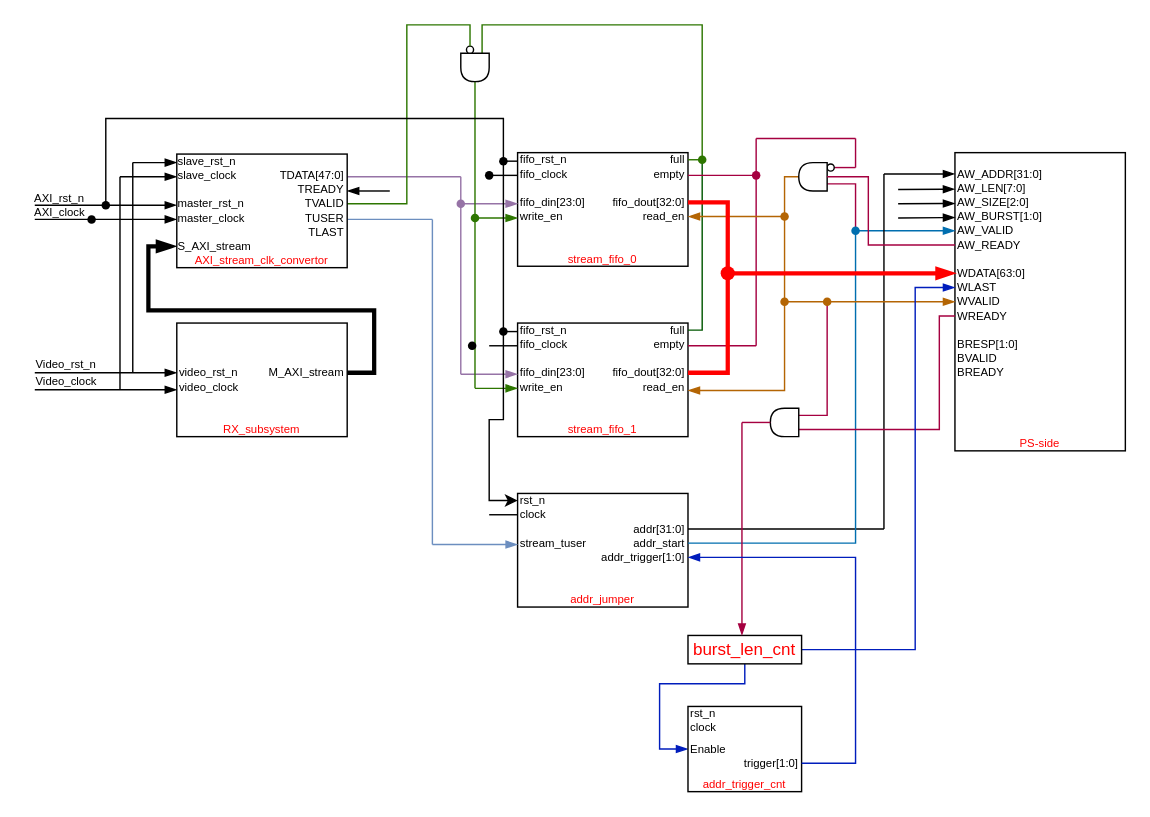
Above: Our_design/Our_design.drawio in YZchen3467/drawio (draw.io), before the change. Source tidied: cells renumbered, new cells numbered last; positions are measured from the earlier drawing's top-left corner, leaving out a move shared by most shapes. Both pictures are drawn from the tidied source at 142%, with x=0, y=0 at pixel (31, 24).
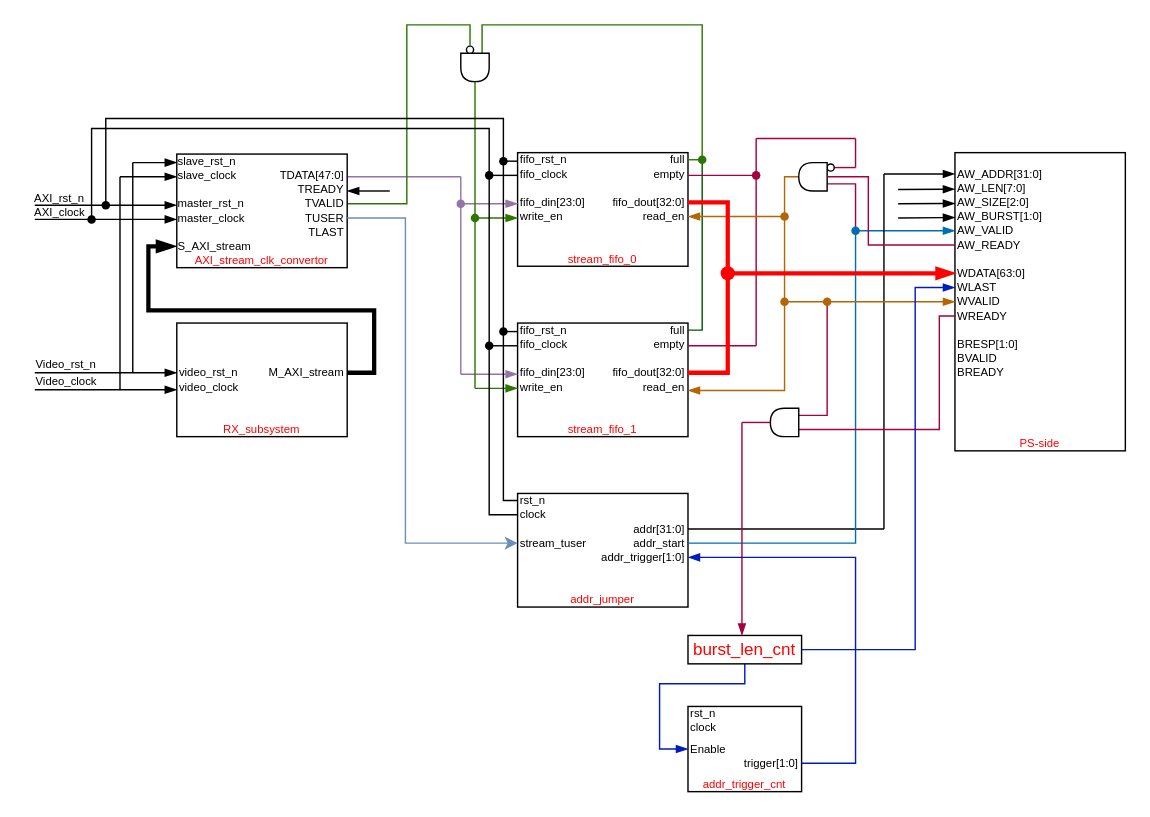
After the change.

Unchanged cells that the change refers to:
```xml
<mxCell id="15" value="&lt;font style=&quot;font-size: 8px;&quot;&gt;stream_tuser&lt;/font&gt;" style="text;html=1;strokeColor=none;fillColor=none;align=left;verticalAlign=middle;whiteSpace=wrap;rounded=0;strokeWidth=0;fontSize=8;horizontal=1;" parent="13" vertex="1">
  <mxGeometry y="30" width="60" height="10" as="geometry" />
</mxCell>
<mxCell id="16" value="clock" style="text;html=1;strokeColor=none;fillColor=none;align=left;verticalAlign=middle;whiteSpace=wrap;rounded=0;strokeWidth=0;fontSize=8;horizontal=1;" parent="13" vertex="1">
  <mxGeometry y="10" width="60" height="10" as="geometry" />
</mxCell>
<mxCell id="17" value="rst_n" style="text;html=1;strokeColor=none;fillColor=none;align=left;verticalAlign=middle;whiteSpace=wrap;rounded=0;strokeWidth=0;fontSize=8;horizontal=1;" parent="13" vertex="1">
  <mxGeometry width="60" height="10" as="geometry" />
</mxCell>
<mxCell id="69" style="shape=waypoint;sketch=0;fillStyle=solid;size=6;points=[];fillColor=none;perimeter=centerPerimeter;snapToPoint=1;" parent="1" vertex="1">
  <mxGeometry x="312" y="96" width="20" height="20" as="geometry" />
</mxCell>
<mxCell id="71" style="shape=waypoint;sketch=0;fillStyle=solid;size=6;points=[];fillColor=none;perimeter=centerPerimeter;snapToPoint=1;" parent="1" vertex="1">
  <mxGeometry x="322" y="206" width="20" height="20" as="geometry" />
</mxCell>
<mxCell id="153" value="&lt;font style=&quot;font-size: 8px;&quot;&gt;TUSER&lt;/font&gt;" style="text;html=1;strokeColor=none;fillColor=none;align=right;verticalAlign=middle;whiteSpace=wrap;rounded=0;strokeWidth=0;fontSize=8;horizontal=1;" parent="1" vertex="1">
  <mxGeometry x="162" y="131" width="60" height="10" as="geometry" />
</mxCell>
<mxCell id="162" style="shape=waypoint;sketch=0;fillStyle=solid;size=6;points=[];fillColor=none;perimeter=centerPerimeter;snapToPoint=1;" parent="1" vertex="1">
  <mxGeometry x="32" y="127" width="20" height="20" as="geometry" />
</mxCell>
```

Change to the diagram source:
```diff
@@
-    <mxCell id="51" style="endArrow=none;html=1;rounded=0;endFill=0;" parent="1" edge="1">
-      <mxGeometry relative="1" as="geometry">
-        <mxPoint x="342" y="345" as="sourcePoint" />
-        <mxPoint x="322" y="345" as="targetPoint" />
-      </mxGeometry>
-    </mxCell>
@@
-    <mxCell id="61" style="endArrow=none;html=1;rounded=0;endFill=0;fillColor=#dae8fc;strokeColor=#6c8ebf;" parent="1" edge="1">
-      <mxGeometry relative="1" as="geometry">
-        <mxPoint x="282" y="137" as="sourcePoint" />
-        <mxPoint x="222" y="137" as="targetPoint" />
-      </mxGeometry>
-    </mxCell>
-    <mxCell id="62" style="endArrow=none;html=1;rounded=0;endFill=0;fillColor=#dae8fc;strokeColor=#6c8ebf;" parent="1" edge="1">
-      <mxGeometry relative="1" as="geometry">
-        <mxPoint x="282" y="137" as="sourcePoint" />
-        <mxPoint x="282" y="366" as="targetPoint" />
-      </mxGeometry>
-    </mxCell>
-    <mxCell id="63" style="endArrow=none;html=1;rounded=0;endFill=0;fillColor=#dae8fc;strokeColor=#6c8ebf;startArrow=blockThin;startFill=1;" parent="1" edge="1">
-      <mxGeometry relative="1" as="geometry">
-        <mxPoint x="342" y="366" as="sourcePoint" />
-        <mxPoint x="282" y="366" as="targetPoint" />
-      </mxGeometry>
-    </mxCell>
@@
-    <mxCell id="70" style="edgeStyle=orthogonalEdgeStyle;rounded=0;jettySize=auto;html=1;entryX=0;entryY=0.5;entryDx=0;entryDy=0;" parent="1" edge="1" source="71" target="17">
-      <mxGeometry relative="1" as="geometry" />
+    <mxCell id="70" style="edgeStyle=orthogonalEdgeStyle;rounded=0;jettySize=auto;html=1;entryX=0;entryY=0.5;entryDx=0;entryDy=0;endArrow=none;endFill=0;" parent="1" edge="1" source="71" target="17">
+      <mxGeometry relative="1" as="geometry">
+        <Array as="points">
+          <mxPoint x="332" y="335" />
+        </Array>
+      </mxGeometry>
     </mxCell>
@@
+    <mxCell id="167" style="edgeStyle=orthogonalEdgeStyle;rounded=0;jettySize=auto;html=1;endArrow=none;endFill=0;entryX=0;entryY=0.5;entryDx=0;entryDy=0;" parent="1" edge="1" source="72" target="16">
+      <mxGeometry relative="1" as="geometry">
+        <Array as="points">
+          <mxPoint x="322" y="345" />
+        </Array>
+      </mxGeometry>
+    </mxCell>
     <mxCell id="72" style="shape=waypoint;sketch=0;fillStyle=solid;size=6;points=[];fillColor=none;perimeter=centerPerimeter;snapToPoint=1;" parent="1" vertex="1">
-      <mxGeometry x="300" y="216" width="20" height="20" as="geometry" />
+      <mxGeometry x="312" y="216" width="20" height="20" as="geometry" />
     </mxCell>
@@
+    <mxCell id="168" style="edgeStyle=orthogonalEdgeStyle;rounded=0;jettySize=auto;html=1;entryX=0;entryY=0.5;entryDx=0;entryDy=0;fillColor=#dae8fc;strokeColor=#6c8ebf;" parent="1" edge="1" source="153" target="15">
+      <mxGeometry relative="1" as="geometry">
+        <Array as="points">
+          <mxPoint x="263" y="136" />
+          <mxPoint x="263" y="365" />
+        </Array>
+      </mxGeometry>
+    </mxCell>
@@
+    <mxCell id="169" style="edgeStyle=orthogonalEdgeStyle;rounded=0;jettySize=auto;html=1;entryX=0.44;entryY=0.09;entryDx=0;entryDy=0;entryPerimeter=0;endArrow=none;endFill=0;" parent="1" edge="1" source="162" target="69">
+      <mxGeometry relative="1" as="geometry">
+        <Array as="points">
+          <mxPoint x="42" y="73" />
+          <mxPoint x="322" y="73" />
+        </Array>
+      </mxGeometry>
+    </mxCell>
@@
+    <mxCell id="170" style="edgeStyle=orthogonalEdgeStyle;rounded=0;jettySize=auto;html=1;entryX=0.448;entryY=0.016;entryDx=0;entryDy=0;entryPerimeter=0;endArrow=none;endFill=0;" parent="1" edge="1" source="69" target="72">
+      <mxGeometry relative="1" as="geometry" />
+    </mxCell>
```
